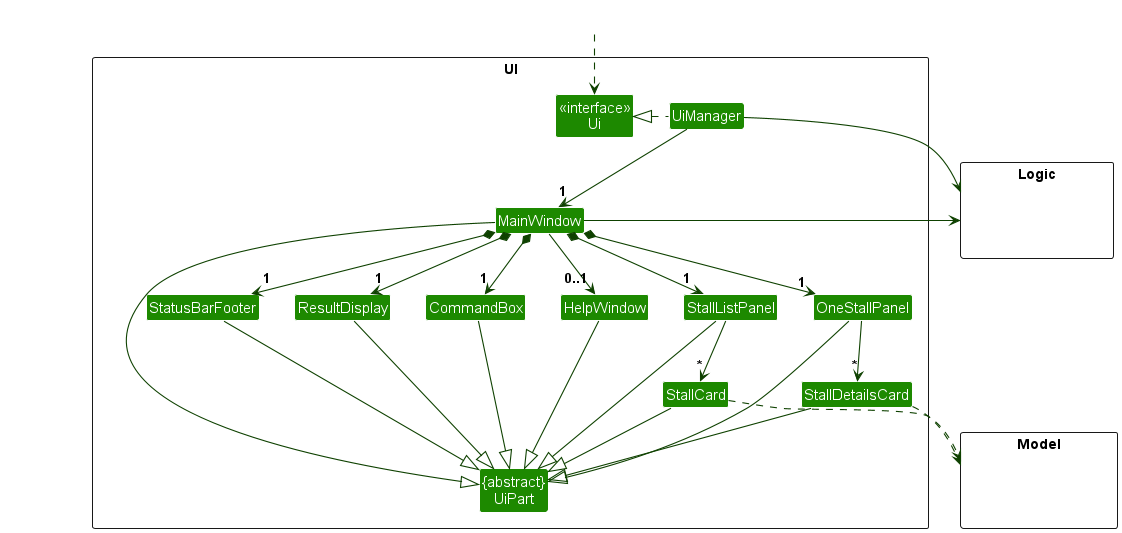
Earlier version of the PlantUML export docs/images/UiClassDiagram.png (teoks0199/tp). The source it was exported from:
```plantuml
@startuml
!include style.puml
skinparam arrowThickness 1.1
skinparam arrowColor UI_COLOR_T4
skinparam classBackgroundColor UI_COLOR

package UI <<Rectangle>>{
Class "<<interface>>\nUi" as Ui
Class "{abstract}\nUiPart" as UiPart
Class UiManager
Class MainWindow
Class HelpWindow
Class ResultDisplay
Class StallListPanel
Class StallCard
Class StatusBarFooter
Class CommandBox
Class OneStallPanel
Class StallDetailsCard
}

package Model <<Rectangle>> {
Class HiddenModel #FFFFFF
}

package Logic <<Rectangle>> {
Class HiddenLogic #FFFFFF
}

Class HiddenOutside #FFFFFF
HiddenOutside ..> Ui

UiManager .left.|> Ui
UiManager -down-> "1" MainWindow
MainWindow *-down->  "1" CommandBox
MainWindow *-down-> "1" ResultDisplay
MainWindow *-down-> "1" StallListPanel
MainWindow *-down-> "1" OneStallPanel
MainWindow *-down-> "1" StatusBarFooter
MainWindow --> "0..1" HelpWindow

StallListPanel -down-> "*" StallCard
OneStallPanel -down-> "*" StallDetailsCard

MainWindow -left-|> UiPart

ResultDisplay --|> UiPart
CommandBox --|> UiPart
StallListPanel --|> UiPart
OneStallPanel --|> UiPart
StallCard --|> UiPart
StallDetailsCard --|> UiPart
StatusBarFooter --|> UiPart
HelpWindow --|> UiPart

StallCard ..> Model
StallDetailsCard ..> Model
UiManager -right-> Logic
MainWindow -left-> Logic

StallListPanel -[hidden]left- HelpWindow
HelpWindow -[hidden]left- CommandBox
CommandBox -[hidden]left- ResultDisplay
ResultDisplay -[hidden]left- StatusBarFooter

MainWindow -[hidden]-|> UiPart
@enduml
```
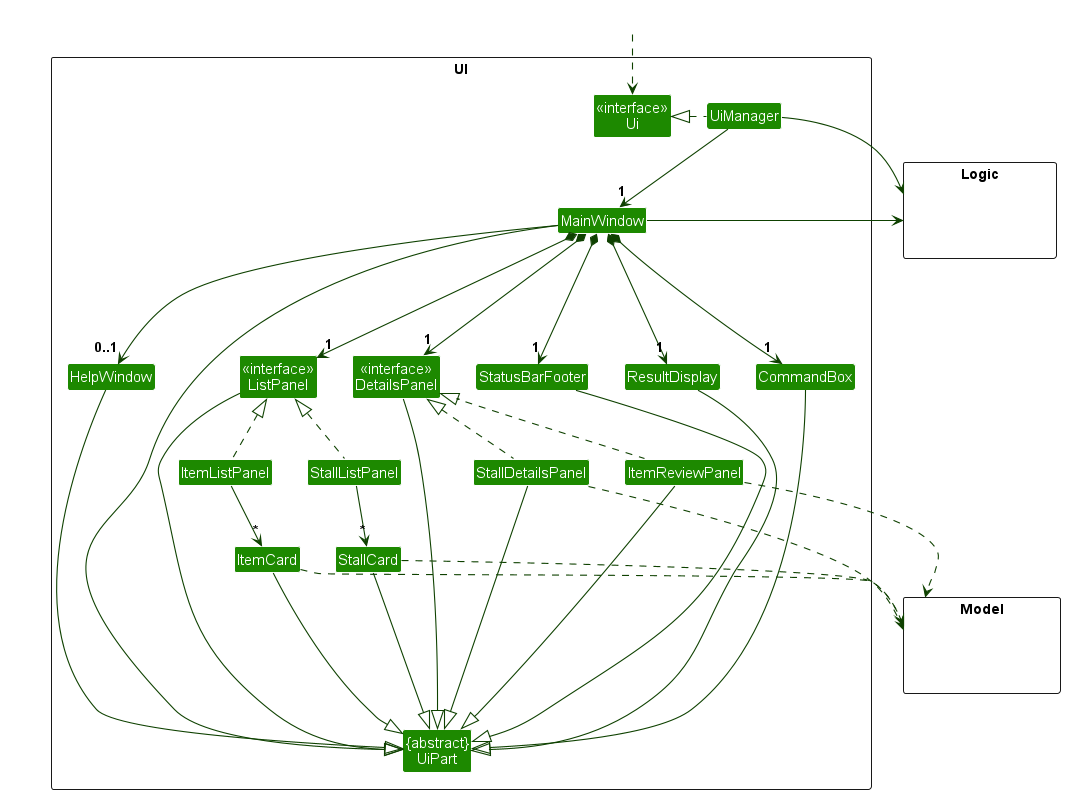
Later version of the same file.

Commit message:
Update UI UML diagram and delete unnecessary unused UI classes

Change to the diagram source:
```diff
@@ -5,63 +5,80 @@
 skinparam classBackgroundColor UI_COLOR
 
 package UI <<Rectangle>>{
-Class "<<interface>>\nUi" as Ui
-Class "{abstract}\nUiPart" as UiPart
-Class UiManager
-Class MainWindow
-Class HelpWindow
-Class ResultDisplay
-Class StallListPanel
-Class StallCard
-Class StatusBarFooter
-Class CommandBox
-Class OneStallPanel
-Class StallDetailsCard
+    Class "<<interface>>\nUi" as Ui
+    Class "{abstract}\nUiPart" as UiPart
+    Class UiManager
+    Class MainWindow
+    Class HelpWindow
+    Class ResultDisplay
+    Class "<<interface>>\nListPanel" as ListPanel
+    Class "<<interface>>\nDetailsPanel" as DetailsPanel
+    Class StallListPanel
+    Class ItemListPanel
+    Class StallCard
+    Class ItemCard
+    Class StatusBarFooter
+    Class CommandBox
+    Class StallDetailsPanel
+    Class ItemReviewPanel
 }
 
 package Model <<Rectangle>> {
-Class HiddenModel #FFFFFF
+    Class HiddenModel #FFFFFF
 }
 
 package Logic <<Rectangle>> {
-Class HiddenLogic #FFFFFF
+    Class HiddenLogic #FFFFFF
 }
 
 Class HiddenOutside #FFFFFF
 HiddenOutside ..> Ui
 
 UiManager .left.|> Ui
-UiManager -down-> "1" MainWindow
-MainWindow *-down->  "1" CommandBox
-MainWindow *-down-> "1" ResultDisplay
-MainWindow *-down-> "1" StallListPanel
-MainWindow *-down-> "1" OneStallPanel
-MainWindow *-down-> "1" StatusBarFooter
+UiManager --> "1" MainWindow
+MainWindow *-->  "1" CommandBox
+MainWindow *--> "1" ResultDisplay
+MainWindow *--> "1" ListPanel
+MainWindow *--> "1" StatusBarFooter
+MainWindow *--> "1" DetailsPanel
 MainWindow --> "0..1" HelpWindow
 
+ListPanel <|.. StallListPanel
+ListPanel <|.. ItemListPanel
+DetailsPanel <|.. StallDetailsPanel
+DetailsPanel <|.. ItemReviewPanel
 StallListPanel -down-> "*" StallCard
-OneStallPanel -down-> "*" StallDetailsCard
+ItemListPanel -down-> "*" ItemCard
 
-MainWindow -left-|> UiPart
+MainWindow -------|> UiPart
 
 ResultDisplay --|> UiPart
-CommandBox --|> UiPart
-StallListPanel --|> UiPart
-OneStallPanel --|> UiPart
+CommandBox -----|> UiPart
+ListPanel --|> UiPart
+DetailsPanel -right-|> UiPart
+StallDetailsPanel --|> UiPart
+ItemReviewPanel --|> UiPart
 StallCard --|> UiPart
-StallDetailsCard --|> UiPart
+ItemCard --|> UiPart
+
 StatusBarFooter --|> UiPart
 HelpWindow --|> UiPart
 
 StallCard ..> Model
-StallDetailsCard ..> Model
-UiManager -right-> Logic
+ItemCard ..> Model
+StallDetailsPanel ..> Model
+ItemReviewPanel ..> Model
+UiManager --> Logic
 MainWindow -left-> Logic
 
-StallListPanel -[hidden]left- HelpWindow
+MainWindow -[hidden]down- CommandBox
 HelpWindow -[hidden]left- CommandBox
 CommandBox -[hidden]left- ResultDisplay
 ResultDisplay -[hidden]left- StatusBarFooter
+StatusBarFooter -[hidden]left- ListPanel
+ListPanel -[hidden]left- DetailsPanel
+StallDetailsPanel -[hidden]right- ItemReviewPanel
+StallCard -[hidden]left- ItemCard
 
-MainWindow -[hidden]-|> UiPart
+
 @enduml
```
